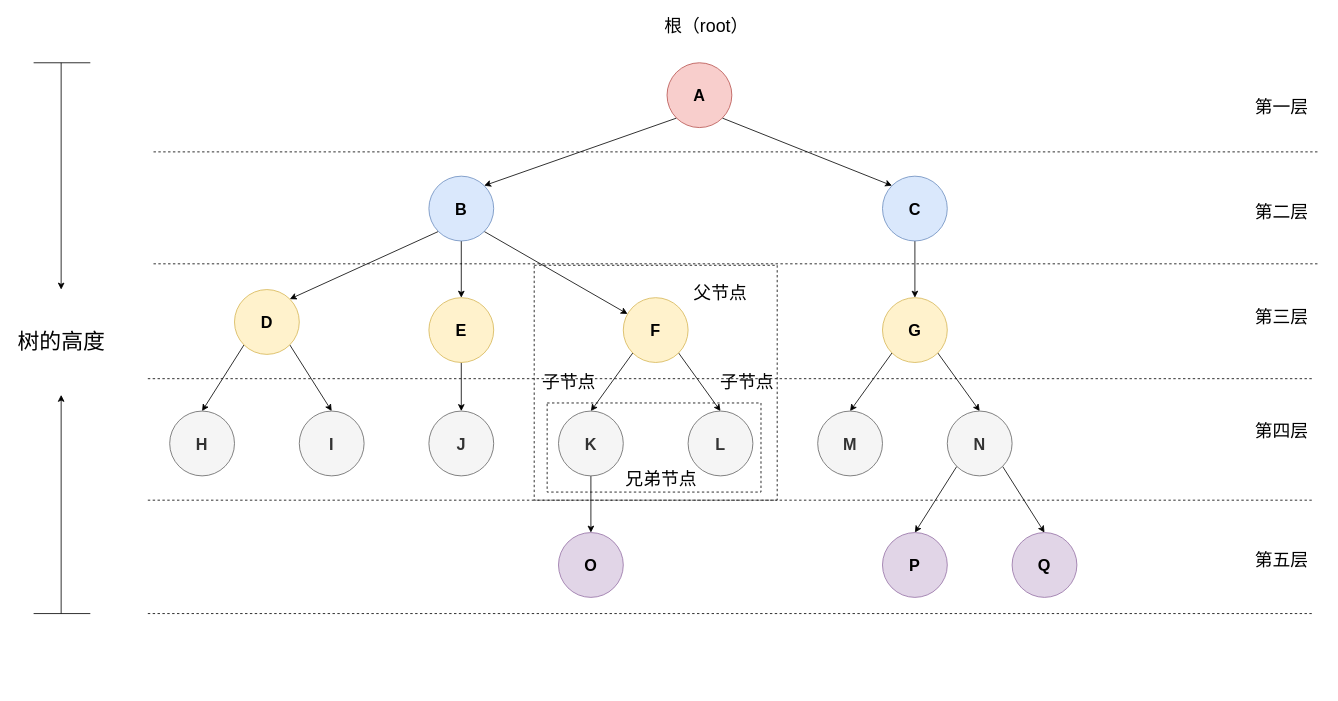
Earlier version of the draw.io diagram page "第 22 页" (22 of 24) of Untitled Diagram.drawio (wujinzhe/course). Source tidied: cells renumbered, new cells numbered last; positions are measured from the earlier drawing's top-left corner, leaving out a move shared by most shapes. Both pictures are drawn from the tidied source at 81%, with x=0, y=0 at pixel (14, 14).
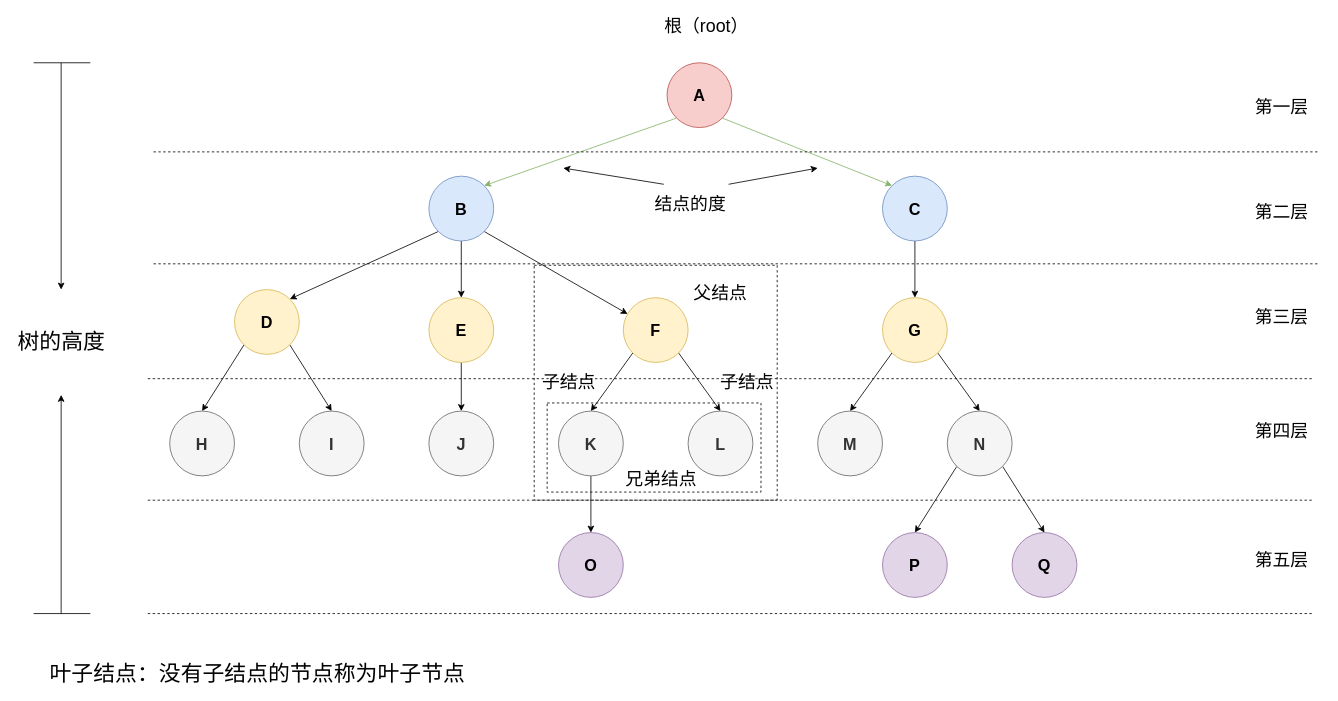
The same diagram, later.

Unchanged cells that the change refers to:
```xml
<mxCell id="6" value="&lt;font style=&quot;font-size: 20px;&quot;&gt;&lt;b&gt;A&lt;/b&gt;&lt;/font&gt;" style="ellipse;whiteSpace=wrap;html=1;fillColor=#f8cecc;strokeColor=#b85450;" parent="1" vertex="1">
  <mxGeometry x="806" y="60" width="80" height="80" as="geometry" />
</mxCell>
<mxCell id="10" value="&lt;font style=&quot;font-size: 20px;&quot;&gt;&lt;b&gt;B&lt;/b&gt;&lt;/font&gt;" style="ellipse;whiteSpace=wrap;html=1;fillColor=#dae8fc;strokeColor=#6c8ebf;" parent="1" vertex="1">
  <mxGeometry x="512" y="200" width="80" height="80" as="geometry" />
</mxCell>
<mxCell id="12" value="&lt;font style=&quot;font-size: 20px;&quot;&gt;&lt;b&gt;C&lt;/b&gt;&lt;/font&gt;" style="ellipse;whiteSpace=wrap;html=1;fillColor=#dae8fc;strokeColor=#6c8ebf;" parent="1" vertex="1">
  <mxGeometry x="1072" y="200" width="80" height="80" as="geometry" />
</mxCell>
```

Diff of the diagram source:
```diff
@@
-    <mxCell id="4" style="rounded=0;jettySize=auto;html=1;exitX=0;exitY=1;exitDx=0;exitDy=0;entryX=1;entryY=0;entryDx=0;entryDy=0;" parent="1" edge="1" source="6" target="10">
+    <mxCell id="4" style="rounded=0;jettySize=auto;html=1;exitX=0;exitY=1;exitDx=0;exitDy=0;entryX=1;entryY=0;entryDx=0;entryDy=0;fillColor=#d5e8d4;strokeColor=#82b366;" parent="1" edge="1" source="6" target="10">
       <mxGeometry relative="1" as="geometry" />
     </mxCell>
-    <mxCell id="5" style="rounded=0;jettySize=auto;html=1;exitX=1;exitY=1;exitDx=0;exitDy=0;entryX=0;entryY=0;entryDx=0;entryDy=0;" parent="1" edge="1" source="6" target="12">
+    <mxCell id="5" style="rounded=0;jettySize=auto;html=1;exitX=1;exitY=1;exitDx=0;exitDy=0;entryX=0;entryY=0;entryDx=0;entryDy=0;fillColor=#d5e8d4;strokeColor=#82b366;" parent="1" edge="1" source="6" target="12">
       <mxGeometry relative="1" as="geometry" />
     </mxCell>
@@
-    <mxCell id="43" value="&lt;font style=&quot;font-size: 22px;&quot;&gt;父节点&lt;/font&gt;" style="text;html=1;strokeColor=none;fillColor=none;align=center;verticalAlign=middle;whiteSpace=wrap;rounded=0;" parent="1" vertex="1">
+    <mxCell id="43" value="&lt;font style=&quot;font-size: 22px;&quot;&gt;父结点&lt;/font&gt;" style="text;html=1;strokeColor=none;fillColor=none;align=center;verticalAlign=middle;whiteSpace=wrap;rounded=0;" parent="1" vertex="1">
       <mxGeometry x="819" y="330" width="106" height="30" as="geometry" />
     </mxCell>
-    <mxCell id="44" value="&lt;font style=&quot;font-size: 22px;&quot;&gt;子节点&lt;/font&gt;" style="text;html=1;strokeColor=none;fillColor=none;align=center;verticalAlign=middle;whiteSpace=wrap;rounded=0;" parent="1" vertex="1">
+    <mxCell id="44" value="&lt;font style=&quot;font-size: 22px;&quot;&gt;子结点&lt;/font&gt;" style="text;html=1;strokeColor=none;fillColor=none;align=center;verticalAlign=middle;whiteSpace=wrap;rounded=0;" parent="1" vertex="1">
       <mxGeometry x="632" y="440" width="106" height="30" as="geometry" />
     </mxCell>
-    <mxCell id="45" value="&lt;font style=&quot;font-size: 22px;&quot;&gt;子节点&lt;/font&gt;" style="text;html=1;strokeColor=none;fillColor=none;align=center;verticalAlign=middle;whiteSpace=wrap;rounded=0;" parent="1" vertex="1">
+    <mxCell id="45" value="&lt;font style=&quot;font-size: 22px;&quot;&gt;子结点&lt;/font&gt;" style="text;html=1;strokeColor=none;fillColor=none;align=center;verticalAlign=middle;whiteSpace=wrap;rounded=0;" parent="1" vertex="1">
       <mxGeometry x="852" y="440" width="106" height="30" as="geometry" />
     </mxCell>
-    <mxCell id="46" value="&lt;font style=&quot;font-size: 22px;&quot;&gt;兄弟节点&lt;/font&gt;" style="text;html=1;strokeColor=none;fillColor=none;align=center;verticalAlign=middle;whiteSpace=wrap;rounded=0;" parent="1" vertex="1">
+    <mxCell id="46" value="&lt;font style=&quot;font-size: 22px;&quot;&gt;兄弟结点&lt;/font&gt;" style="text;html=1;strokeColor=none;fillColor=none;align=center;verticalAlign=middle;whiteSpace=wrap;rounded=0;" parent="1" vertex="1">
       <mxGeometry x="746" y="560" width="106" height="30" as="geometry" />
     </mxCell>
@@
+    <mxCell id="57" style="endArrow=classic;html=1;rounded=0;labelBackgroundColor=default;strokeColor=default;fontFamily=Helvetica;fontSize=11;fontColor=default;shape=connector;" parent="1" edge="1">
+      <mxGeometry relative="1" as="geometry">
+        <mxPoint x="882" y="210" as="sourcePoint" />
+        <mxPoint x="992" y="190" as="targetPoint" />
+      </mxGeometry>
+    </mxCell>
+    <mxCell id="58" style="endArrow=classic;html=1;rounded=0;labelBackgroundColor=default;strokeColor=default;fontFamily=Helvetica;fontSize=11;fontColor=default;shape=connector;" parent="1" edge="1">
+      <mxGeometry relative="1" as="geometry">
+        <mxPoint x="802" y="210" as="sourcePoint" />
+        <mxPoint x="678" y="190" as="targetPoint" />
+      </mxGeometry>
+    </mxCell>
+    <mxCell id="59" value="&lt;font style=&quot;font-size: 22px;&quot;&gt;结点的度&lt;/font&gt;" style="text;html=1;strokeColor=none;fillColor=none;align=center;verticalAlign=middle;whiteSpace=wrap;rounded=0;" parent="1" vertex="1">
+      <mxGeometry x="782" y="220" width="106" height="30" as="geometry" />
+    </mxCell>
+    <mxCell id="60" value="&lt;font style=&quot;font-size: 27px;&quot;&gt;叶子结点：没有子结点的节点称为叶子节点&lt;/font&gt;" style="text;html=1;strokeColor=none;fillColor=none;align=center;verticalAlign=middle;whiteSpace=wrap;rounded=0;" parent="1" vertex="1">
+      <mxGeometry x="32" y="800" width="537" height="30" as="geometry" />
+    </mxCell>
```
